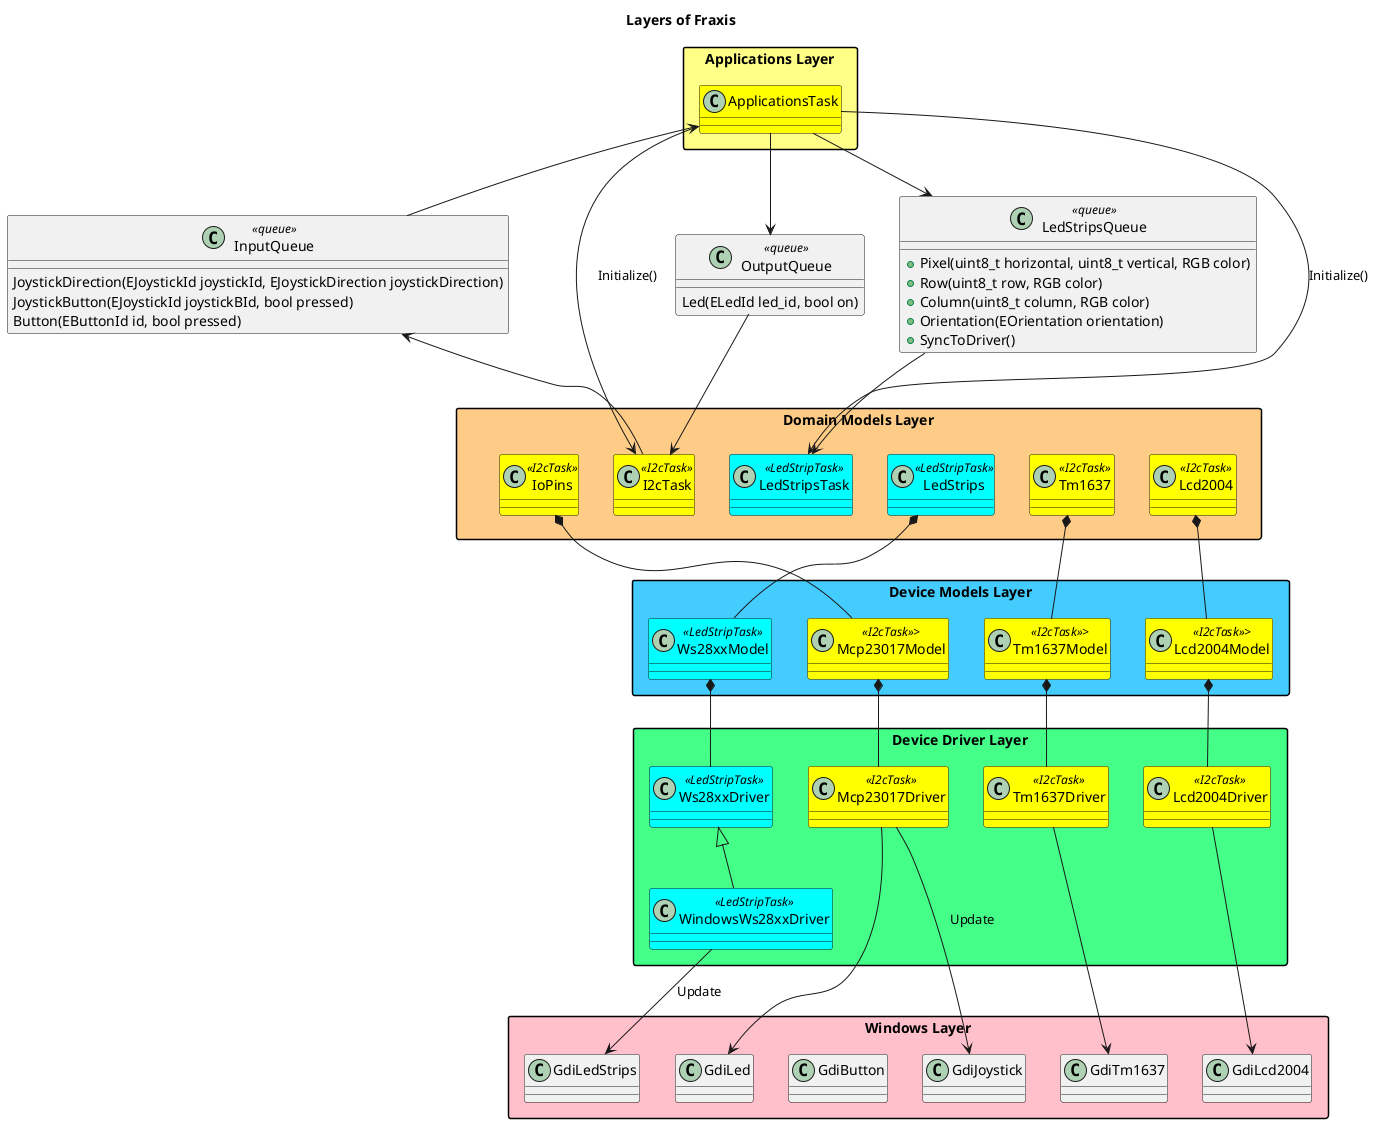
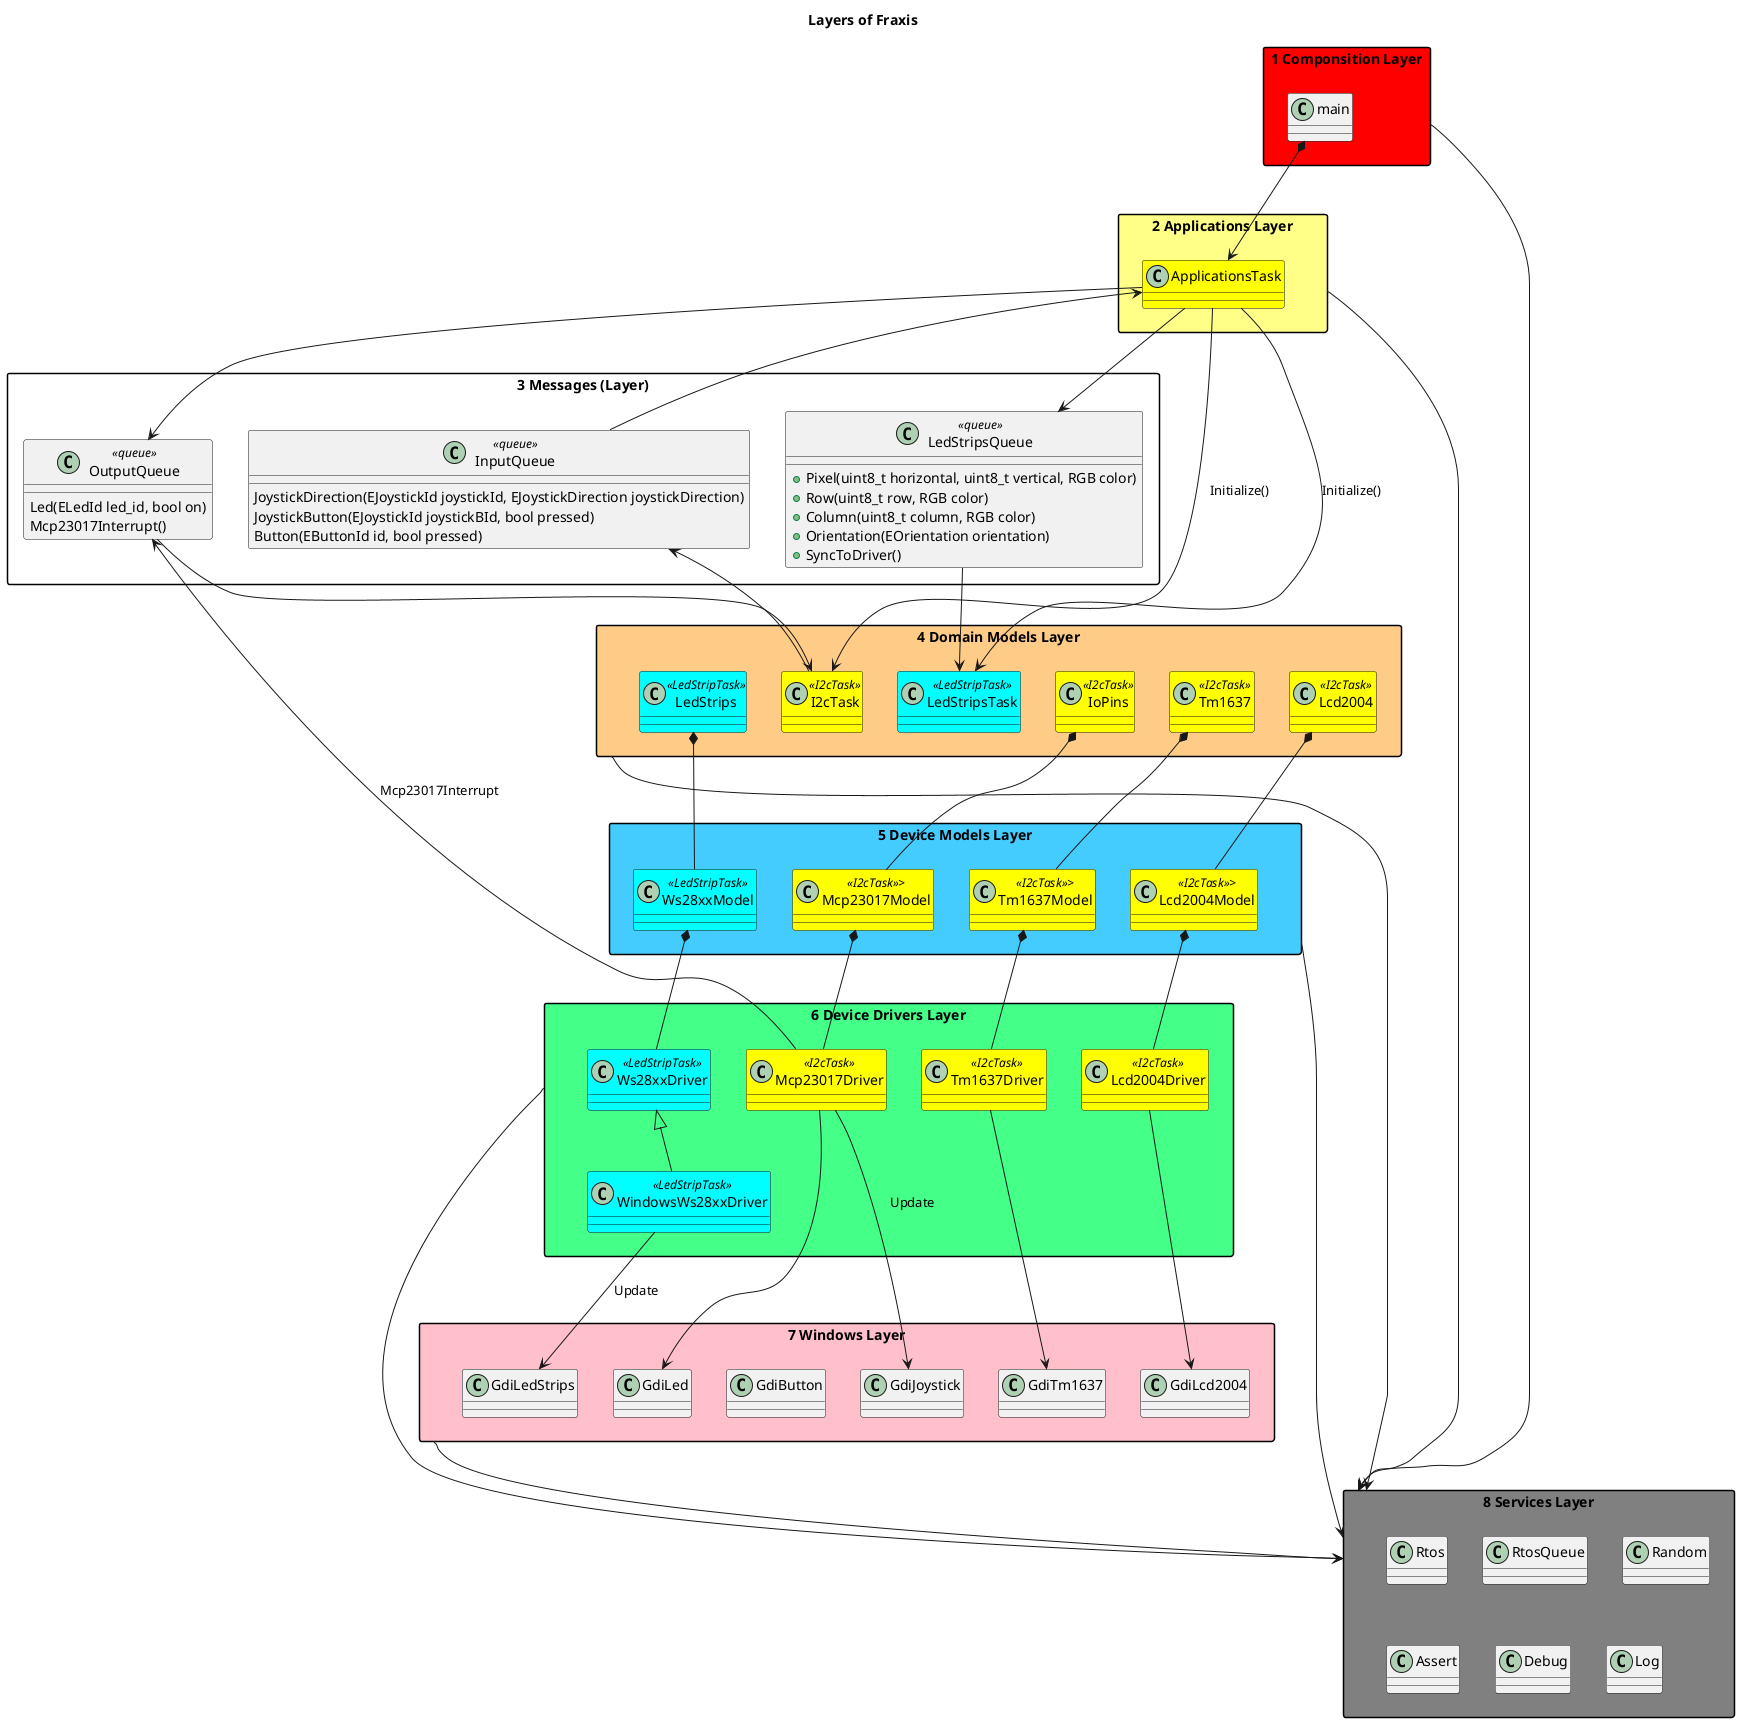
@startuml

title Layers of Fraxis

skinparam packageStyle rectangle
skinparam lineThickness 2

- package "Applications Layer" as ApplicationsLayer #ff8
+ package "1 Componsition Layer" as CompositionLayer #red
+ {
+     class main {}
+ }
+ 
+ package "2 Applications Layer" as ApplicationsLayer #ff8
{
    class ApplicationsTask #yellow {}
}

- class LedStripsQueue <<queue>>
+ main *-->ApplicationsTask
+ 
+ package "3 Messages (Layer)" as MessagesLayer #White
{
-     + Pixel(uint8_t horizontal, uint8_t vertical, RGB color)
-     + Row(uint8_t row, RGB color)
-     + Column(uint8_t column, RGB color)
-     + Orientation(EOrientation orientation)
-     + SyncToDriver()
+     class LedStripsQueue <<queue>>
+     {
+         + Pixel(uint8_t horizontal, uint8_t vertical, RGB color)
+         + Row(uint8_t row, RGB color)
+         + Column(uint8_t column, RGB color)
+         + Orientation(EOrientation orientation)
+         + SyncToDriver()
+     }
+ 
+     class OutputQueue <<queue>>
+     {
+         Led(ELedId led_id, bool on)
+         Mcp23017Interrupt()
+     }
+ 
+     class InputQueue <<queue>>
+     {
+         JoystickDirection(EJoystickId joystickId, EJoystickDirection joystickDirection)
+         JoystickButton(EJoystickId joystickBId, bool pressed)
+         Button(EButtonId id, bool pressed)
+     }
}

- class OutputQueue <<queue>>
- {
-     Led(ELedId led_id, bool on)
- }
- 
- class InputQueue <<queue>>
- {
-     JoystickDirection(EJoystickId joystickId, EJoystickDirection joystickDirection)
-     JoystickButton(EJoystickId joystickBId, bool pressed)
-     Button(EButtonId id, bool pressed)
- }
- 
- package "Domain Models Layer" as DomainModelsLayer #fc8
+ package "4 Domain Models Layer" as DomainModelsLayer #fc8
{
    class I2cTask <<I2cTask>> #yellow
    class IoPins <<I2cTask>> #yellow
    class Lcd2004 <<I2cTask>> #yellow
    class Tm1637 <<I2cTask>> #yellow
    class LedStripsTask <<LedStripTask>> #cyan
    class LedStrips <<LedStripTask>> #cyan
}

ApplicationsTask --> I2cTask: Initialize()
ApplicationsTask --> LedStripsTask: Initialize()

ApplicationsTask --> LedStripsQueue
ApplicationsTask --> OutputQueue
InputQueue       --> ApplicationsTask
InputQueue -d[hidden]- DomainModelsLayer

OutputQueue     --> I2cTask
LedStripsQueue  --> LedStripsTask
I2cTask         --> InputQueue

- package "Device Models Layer" as DeviceModelsLayer #4cf
+ package "5 Device Models Layer" as DeviceModelsLayer #4cf
{
    class Ws28xxModel <<LedStripTask>> #cyan
    class Mcp23017Model <<I2cTask>>> #yellow
    class Tm1637Model <<I2cTask>>> #yellow
    class Lcd2004Model <<I2cTask>>> #yellow

    LedStrips *-- Ws28xxModel
    IoPins *- Mcp23017Model
    Tm1637 *- Tm1637Model
    Lcd2004 *- Lcd2004Model
}

- package "Device Driver Layer" as DeviceDriverLayer #4f8
+ package "6 Device Drivers Layer" as DeviceDriversLayer #4f8
{
    class Ws28xxDriver <<LedStripTask>> #cyan
    class WindowsWs28xxDriver <<LedStripTask>> #cyan
    WindowsWs28xxDriver -u-|> Ws28xxDriver
    class Mcp23017Driver <<I2cTask>> #yellow
    class Tm1637Driver <<I2cTask>> #yellow
    class Lcd2004Driver <<I2cTask>> #yellow
}

Ws28xxModel    *-- Ws28xxDriver
Mcp23017Model  *-- Mcp23017Driver
+ Mcp23017Driver  -u-> OutputQueue : Mcp23017Interrupt
Tm1637Model    *-- Tm1637Driver
Lcd2004Model   *-- Lcd2004Driver

- package "Windows Layer" as WindowsLayer #pink
+ package "7 Windows Layer" as WindowsLayer #pink
{
    class GdiLedStrips
    class GdiJoystick
    class GdiLed
    class GdiButton
    class GdiTm1637
    class GdiLcd2004
}

WindowsWs28xxDriver -->  GdiLedStrips : Update
Mcp23017Driver --> GdiJoystick : Update
Mcp23017Driver -> GdiLed
Tm1637Driver --> GdiTm1637
Lcd2004Driver --> GdiLcd2004

+ package "8 Services Layer" as ServicesLayer #grey
+ {
+     class Rtos {}
+     class RtosQueue {}
+     class Random {}
+     class Assert {}
+     class Debug {}
+     class Log {}
+ }
+ 
+ CompositionLayer --> ServicesLayer
+ ApplicationsLayer --> ServicesLayer
+ DomainModelsLayer --> ServicesLayer
+ DeviceModelsLayer --> ServicesLayer
+ DeviceDriversLayer --> ServicesLayer
+ WindowsLayer --> ServicesLayer
+ 
@enduml
